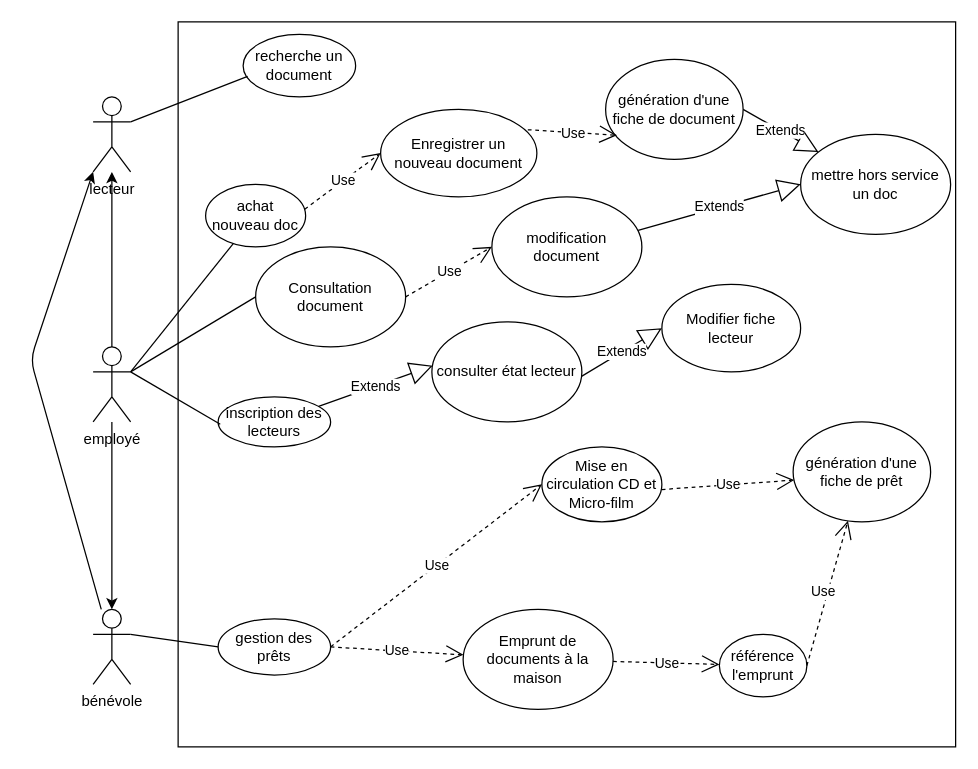
Above: page "cas utilisation" (1 of 3) of Eval_UML.drawio in AlexandrePitiot/Mon-depot-distant (draw.io), before the change. Source tidied: cells renumbered, new cells numbered last; positions are measured from the earlier drawing's top-left corner, leaving out a move shared by most shapes. Both pictures are drawn from the tidied source at 125%, with x=0, y=0 at pixel (30, 21).
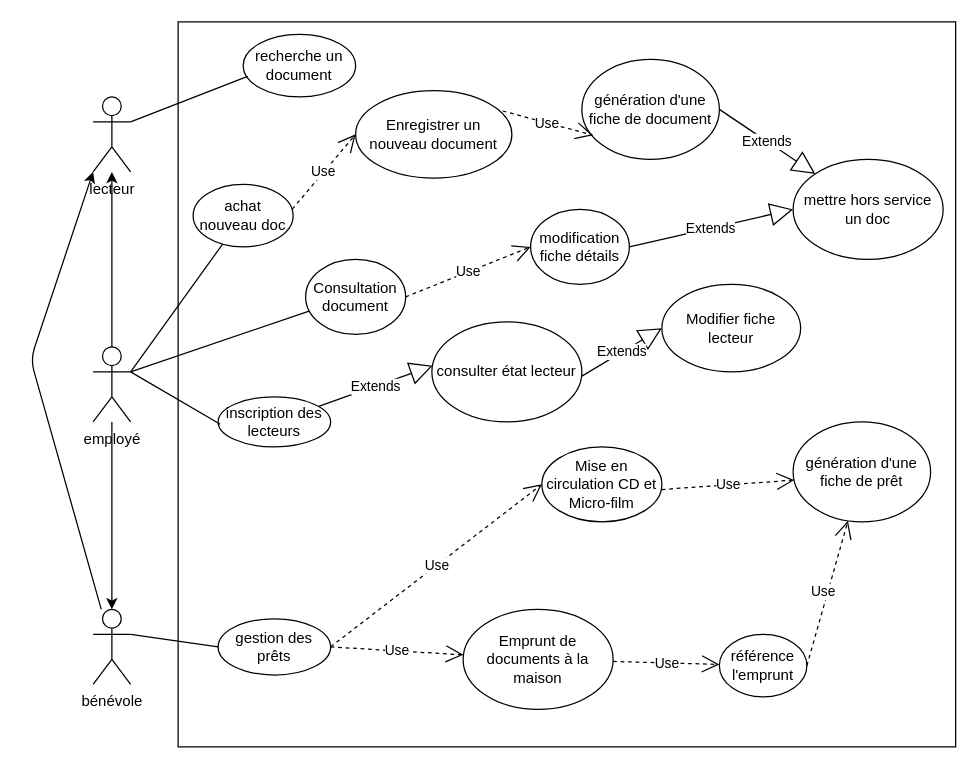
The same diagram, later.

Unchanged cells that the change refers to:
```xml
<mxCell id="3" value="employé" style="shape=umlActor;verticalLabelPosition=bottom;verticalAlign=top;html=1;" parent="1" vertex="1">
  <mxGeometry x="50" y="260" width="30" height="60" as="geometry" />
</mxCell>
```

Diff of the diagram source:
```diff
@@
     <mxCell id="8" value="achat nouveau doc" style="ellipse;whiteSpace=wrap;html=1;" parent="1" vertex="1">
-      <mxGeometry x="140" y="130" width="80" height="50" as="geometry" />
+      <mxGeometry x="130" y="130" width="80" height="50" as="geometry" />
     </mxCell>
@@
     <mxCell id="14" value="Enregistrer un nouveau document" style="ellipse;whiteSpace=wrap;html=1;" parent="1" vertex="1">
-      <mxGeometry x="280" y="70" width="125" height="70" as="geometry" />
+      <mxGeometry x="260" y="55" width="125" height="70" as="geometry" />
     </mxCell>
@@
     <mxCell id="19" value="mettre hors service un doc" style="ellipse;whiteSpace=wrap;html=1;" parent="1" vertex="1">
-      <mxGeometry x="616" y="90" width="120" height="80" as="geometry" />
+      <mxGeometry x="610" y="110" width="120" height="80" as="geometry" />
     </mxCell>
@@
     <mxCell id="31" value="&lt;span&gt;génération d'une fiche de document&lt;/span&gt;" style="ellipse;whiteSpace=wrap;html=1;" parent="1" vertex="1">
-      <mxGeometry x="460" y="30" width="110" height="80" as="geometry" />
+      <mxGeometry x="441" y="30" width="110" height="80" as="geometry" />
     </mxCell>
@@
     <mxCell id="36" value="Consultation document" style="ellipse;whiteSpace=wrap;html=1;" parent="1" vertex="1">
-      <mxGeometry x="180" y="180" width="120" height="80" as="geometry" />
+      <mxGeometry x="220" y="190" width="80" height="60" as="geometry" />
     </mxCell>
-    <mxCell id="37" value="modification document" style="ellipse;whiteSpace=wrap;html=1;" parent="1" vertex="1">
-      <mxGeometry x="369" y="140" width="120" height="80" as="geometry" />
-    </mxCell>
+    <mxCell id="41" style="endArrow=none;html=1;entryX=0.035;entryY=0.69;entryDx=0;entryDy=0;entryPerimeter=0;" parent="1" edge="1" target="36">
+      <mxGeometry relative="1" as="geometry">
+        <mxPoint x="80" y="280" as="sourcePoint" />
+      </mxGeometry>
+    </mxCell>
+    <mxCell id="42" value="modification fiche détails" style="ellipse;whiteSpace=wrap;html=1;" parent="1" vertex="1">
+      <mxGeometry x="400" y="150" width="79" height="60" as="geometry" />
+    </mxCell>
-    <mxCell id="38" value="Use" style="endArrow=open;endSize=12;dashed=1;html=1;exitX=1;exitY=0.5;exitDx=0;exitDy=0;entryX=0;entryY=0.5;entryDx=0;entryDy=0;" parent="1" edge="1" source="36" target="37">
-      <mxGeometry relative="1" as="geometry" />
+    <mxCell id="38" value="Use" style="endArrow=open;endSize=12;dashed=1;html=1;exitX=1;exitY=0.5;exitDx=0;exitDy=0;entryX=0;entryY=0.5;entryDx=0;entryDy=0;" parent="1" edge="1" source="36" target="42">
+      <mxGeometry relative="1" as="geometry">
+        <Array as="points">
+          <mxPoint x="400" y="180" />
+        </Array>
+      </mxGeometry>
     </mxCell>
-    <mxCell id="39" value="Extends" style="endArrow=block;endSize=16;endFill=0;html=1;entryX=0;entryY=0.5;entryDx=0;entryDy=0;exitX=0.975;exitY=0.335;exitDx=0;exitDy=0;exitPerimeter=0;" parent="1" edge="1" source="37" target="19">
+    <mxCell id="39" value="Extends" style="endArrow=block;endSize=16;endFill=0;html=1;entryX=0;entryY=0.5;entryDx=0;entryDy=0;exitX=1;exitY=0.5;exitDx=0;exitDy=0;" parent="1" edge="1" source="42" target="19">
       <mxGeometry relative="1" as="geometry" />
     </mxCell>
-    <mxCell id="40" style="endArrow=none;html=1;exitX=1;exitY=0.3333333333333333;exitDx=0;exitDy=0;exitPerimeter=0;entryX=0;entryY=0.5;entryDx=0;entryDy=0;" parent="1" edge="1" source="3" target="36">
-      <mxGeometry relative="1" as="geometry" />
-    </mxCell>
```
